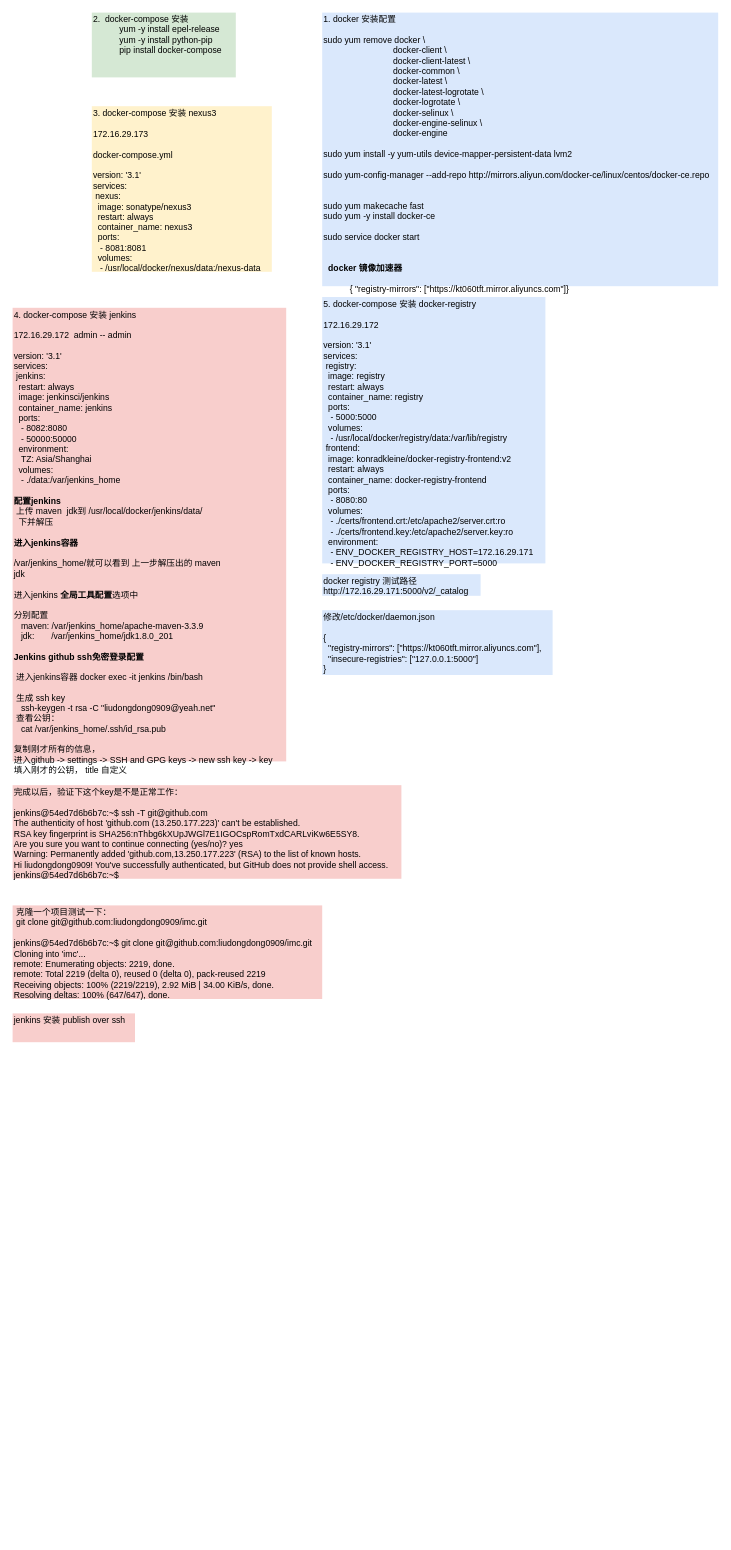
Earlier version of the draw.io diagram page "2" (2 of 3) of CI/CI/CDdrawio.drawio (liudongdong0909/draw). Source tidied: cells renumbered, new cells numbered last; positions are measured from the earlier drawing's top-left corner, leaving out a move shared by most shapes. Both pictures are drawn from the tidied source at 72%, with x=0, y=0 at pixel (12, 12).
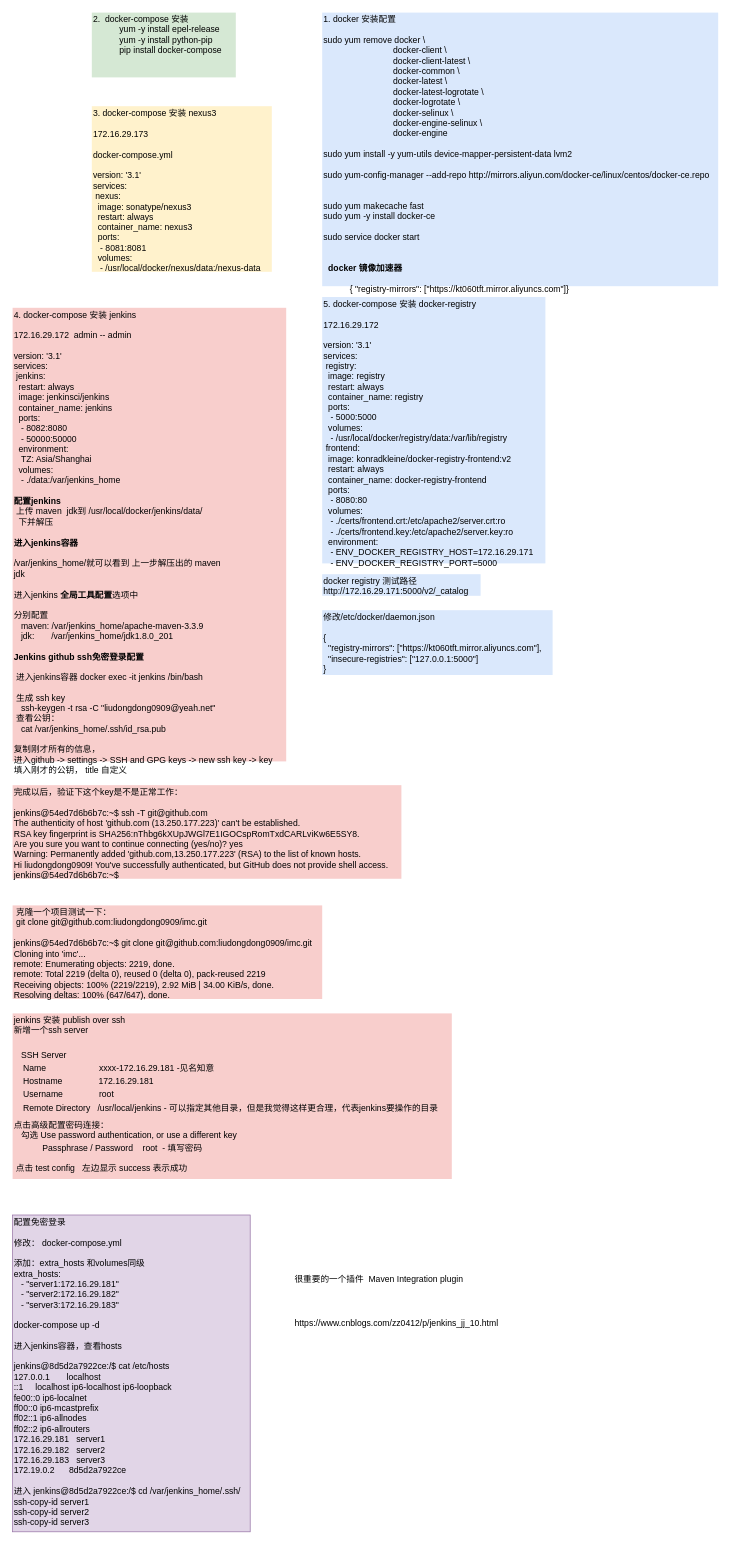
After the change.

Diff of the diagram source:
```diff
@@
 <mxGraphModel>
   <root>
     <mxCell id="0" />
     <mxCell id="1" parent="0" />
     <mxCell id="2" value="1. docker 安装配置&lt;br&gt;&lt;br&gt;&lt;span&gt;sudo yum remove docker \ &lt;br&gt;&amp;nbsp; &amp;nbsp; &amp;nbsp; &amp;nbsp; &amp;nbsp; &amp;nbsp; &amp;nbsp; &amp;nbsp; &amp;nbsp; &amp;nbsp; &amp;nbsp; &amp;nbsp; &amp;nbsp; &amp;nbsp; &amp;nbsp;docker-client \ &lt;br&gt;&amp;nbsp; &amp;nbsp; &amp;nbsp; &amp;nbsp; &amp;nbsp; &amp;nbsp; &amp;nbsp; &amp;nbsp; &amp;nbsp; &amp;nbsp; &amp;nbsp; &amp;nbsp; &amp;nbsp; &amp;nbsp; &amp;nbsp;docker-client-latest \ &lt;br&gt;&amp;nbsp; &amp;nbsp; &amp;nbsp; &amp;nbsp; &amp;nbsp; &amp;nbsp; &amp;nbsp; &amp;nbsp; &amp;nbsp; &amp;nbsp; &amp;nbsp; &amp;nbsp; &amp;nbsp; &amp;nbsp; &amp;nbsp;docker-common \ &lt;br&gt;&amp;nbsp; &amp;nbsp; &amp;nbsp; &amp;nbsp; &amp;nbsp; &amp;nbsp; &amp;nbsp; &amp;nbsp; &amp;nbsp; &amp;nbsp; &amp;nbsp; &amp;nbsp; &amp;nbsp; &amp;nbsp; &amp;nbsp;docker-latest \ &lt;br&gt;&amp;nbsp; &amp;nbsp; &amp;nbsp; &amp;nbsp; &amp;nbsp; &amp;nbsp; &amp;nbsp; &amp;nbsp; &amp;nbsp; &amp;nbsp; &amp;nbsp; &amp;nbsp; &amp;nbsp; &amp;nbsp; &amp;nbsp;docker-latest-logrotate \ &lt;br&gt;&amp;nbsp; &amp;nbsp; &amp;nbsp; &amp;nbsp; &amp;nbsp; &amp;nbsp; &amp;nbsp; &amp;nbsp; &amp;nbsp; &amp;nbsp; &amp;nbsp; &amp;nbsp; &amp;nbsp; &amp;nbsp; &amp;nbsp;docker-logrotate \ &lt;br&gt;&amp;nbsp; &amp;nbsp; &amp;nbsp; &amp;nbsp; &amp;nbsp; &amp;nbsp; &amp;nbsp; &amp;nbsp; &amp;nbsp; &amp;nbsp; &amp;nbsp; &amp;nbsp; &amp;nbsp; &amp;nbsp; &amp;nbsp;docker-selinux \ &lt;br&gt;&amp;nbsp; &amp;nbsp; &amp;nbsp; &amp;nbsp; &amp;nbsp; &amp;nbsp; &amp;nbsp; &amp;nbsp; &amp;nbsp; &amp;nbsp; &amp;nbsp; &amp;nbsp; &amp;nbsp; &amp;nbsp; &amp;nbsp;docker-engine-selinux \ &lt;br&gt;&amp;nbsp; &amp;nbsp; &amp;nbsp; &amp;nbsp; &amp;nbsp; &amp;nbsp; &amp;nbsp; &amp;nbsp; &amp;nbsp; &amp;nbsp; &amp;nbsp; &amp;nbsp; &amp;nbsp; &amp;nbsp; &amp;nbsp;docker-engine&lt;br&gt;&lt;br&gt;&lt;/span&gt;&lt;span&gt;sudo yum install -y yum-utils device-mapper-persistent-data lvm2&lt;br&gt;&lt;/span&gt;&lt;br&gt;&lt;div&gt;sudo yum-config-manager --add-repo http://mirrors.aliyun.com/docker-ce/linux/centos/docker-ce.repo&lt;/div&gt;&lt;div&gt;&lt;br&gt;&lt;/div&gt;&lt;div&gt;&lt;br&gt;&lt;/div&gt;&lt;div&gt;&lt;span&gt;sudo yum makecache fast&amp;nbsp;&lt;/span&gt;&lt;/div&gt;&lt;div&gt;&lt;span&gt;sudo yum -y install docker-ce&lt;/span&gt;&lt;br&gt;&lt;/div&gt;&lt;br&gt;&lt;span&gt;sudo service docker start&lt;/span&gt;&lt;br&gt;&lt;br&gt;&amp;nbsp; &amp;nbsp; &amp;nbsp; &amp;nbsp; &amp;nbsp; &lt;br&gt;&amp;nbsp; &lt;b&gt;docker 镜像加速器&lt;/b&gt;&lt;br&gt;&lt;br&gt;&amp;nbsp; &amp;nbsp; &amp;nbsp; &amp;nbsp; &amp;nbsp; &amp;nbsp;{ &quot;registry-mirrors&quot;: [&quot;https://kt060tft.mirror.aliyuncs.com&quot;]}&lt;br&gt;" style="text;html=1;align=left;verticalAlign=top;spacingTop=-4;fillColor=#dae8fc;strokeColor=none;" parent="1" vertex="1">
       <mxGeometry x="430" width="550" height="380" as="geometry" />
     </mxCell>
     <mxCell id="3" value="2.&amp;nbsp; docker-compose 安装&lt;br&gt;&amp;nbsp; &amp;nbsp; &amp;nbsp; &amp;nbsp; &amp;nbsp; &amp;nbsp;&lt;span&gt;yum -y install epel-release&lt;br&gt;&lt;/span&gt;&amp;nbsp; &amp;nbsp; &amp;nbsp; &amp;nbsp; &amp;nbsp; &amp;nbsp;&lt;span&gt;yum -y install python-pip&lt;br&gt;&lt;/span&gt;&amp;nbsp; &amp;nbsp; &amp;nbsp; &amp;nbsp; &amp;nbsp; &amp;nbsp;&lt;span&gt;pip install docker-compose&amp;nbsp;&lt;/span&gt;&lt;br&gt;&lt;br&gt;&lt;br&gt;" style="text;html=1;align=left;verticalAlign=top;spacingTop=-4;fillColor=#d5e8d4;strokeColor=none;" parent="1" vertex="1">
       <mxGeometry x="110" width="200" height="90" as="geometry" />
     </mxCell>
     <mxCell id="4" value="3. docker-compose 安装 nexus3&lt;br&gt;&lt;br&gt;172.16.29.173&lt;br&gt;&lt;br&gt;docker-compose.yml&lt;br&gt;&lt;br&gt;&lt;div&gt;version: '3.1'&lt;/div&gt;&lt;div&gt;services:&lt;/div&gt;&lt;div&gt;&amp;nbsp;nexus:&lt;/div&gt;&lt;div&gt;&amp;nbsp; image: sonatype/nexus3&lt;/div&gt;&lt;div&gt;&amp;nbsp; restart: always&lt;/div&gt;&lt;div&gt;&amp;nbsp; container_name: nexus3&lt;/div&gt;&lt;div&gt;&amp;nbsp; ports:&lt;/div&gt;&lt;div&gt;&amp;nbsp; &amp;nbsp;- 8081:8081&lt;/div&gt;&lt;div&gt;&amp;nbsp; volumes:&lt;/div&gt;&lt;div&gt;&amp;nbsp; &amp;nbsp;- /usr/local/docker/nexus/data:/nexus-data&lt;/div&gt;" style="text;html=1;align=left;verticalAlign=top;spacingTop=-4;fillColor=#fff2cc;strokeColor=none;" parent="1" vertex="1">
       <mxGeometry x="110" y="130" width="250" height="230" as="geometry" />
     </mxCell>
     <mxCell id="5" value="4. docker-compose 安装 jenkins&lt;br&gt;&lt;br&gt;172.16.29.172&amp;nbsp; admin -- admin&lt;br&gt;&lt;br&gt;&lt;div&gt;version: '3.1'&lt;/div&gt;&lt;div&gt;services:&lt;/div&gt;&lt;div&gt;&amp;nbsp;jenkins:&lt;/div&gt;&lt;div&gt;&amp;nbsp; restart: always&lt;/div&gt;&lt;div&gt;&amp;nbsp; image: jenkinsci/jenkins&lt;/div&gt;&lt;div&gt;&amp;nbsp; container_name: jenkins&lt;/div&gt;&lt;div&gt;&amp;nbsp; ports:&lt;/div&gt;&lt;div&gt;&amp;nbsp; &amp;nbsp;- 8082:8080&lt;/div&gt;&lt;div&gt;&amp;nbsp; &amp;nbsp;- 50000:50000&lt;/div&gt;&lt;div&gt;&amp;nbsp; environment:&lt;/div&gt;&lt;div&gt;&amp;nbsp; &amp;nbsp;TZ: Asia/Shanghai&lt;/div&gt;&lt;div&gt;&amp;nbsp; volumes:&lt;/div&gt;&lt;div&gt;&amp;nbsp; &amp;nbsp;- ./data:/var/jenkins_home&lt;/div&gt;&lt;div&gt;&lt;br&gt;&lt;/div&gt;&lt;div&gt;&lt;b&gt;配置jenkins&lt;/b&gt;&lt;/div&gt;&lt;div&gt;&amp;nbsp;上传 maven&amp;nbsp; jdk到 /usr/local/docker/jenkins/data/&lt;/div&gt;&lt;div&gt;&amp;nbsp; 下并解压&lt;/div&gt;&lt;div&gt;&lt;br&gt;&lt;/div&gt;&lt;div&gt;&lt;b&gt;进入jenkins容器&lt;/b&gt;&lt;/div&gt;&lt;div&gt;&lt;br&gt;&lt;/div&gt;&lt;div&gt;/var/jenkins_home/就可以看到 上一步解压出的 maven&lt;/div&gt;&lt;div&gt;jdk&amp;nbsp;&lt;/div&gt;&lt;div&gt;&lt;br&gt;&lt;/div&gt;&lt;div&gt;进入jenkins &lt;b&gt;全局工具配置&lt;/b&gt;选项中&lt;/div&gt;&lt;div&gt;&lt;br&gt;&lt;/div&gt;&lt;div&gt;分别配置&amp;nbsp;&lt;/div&gt;&lt;div&gt;&amp;nbsp; &amp;nbsp;maven:&amp;nbsp;/var/jenkins_home/apache-maven-3.3.9&lt;/div&gt;&lt;div&gt;&amp;nbsp; &amp;nbsp;jdk:&amp;nbsp; &amp;nbsp; &amp;nbsp; &amp;nbsp;/var/jenkins_home/jdk1.8.0_201&lt;/div&gt;&lt;div&gt;&lt;br&gt;&lt;/div&gt;&lt;div&gt;&lt;b&gt;Jenkins github ssh免密登录配置&lt;/b&gt;&lt;/div&gt;&lt;div&gt;&lt;b&gt;&lt;br&gt;&lt;/b&gt;&lt;/div&gt;&lt;div&gt;&lt;b&gt;&amp;nbsp;&lt;/b&gt;进入jenkins容器&lt;b&gt;&amp;nbsp;&lt;/b&gt;&lt;span&gt;docker exec -it jenkins /bin/bash&lt;/span&gt;&lt;/div&gt;&lt;div&gt;&lt;span&gt;&lt;br&gt;&lt;/span&gt;&lt;/div&gt;&lt;div&gt;&amp;nbsp;生成 ssh key&lt;/div&gt;&lt;div&gt;&amp;nbsp; &amp;nbsp;&lt;span&gt;ssh-keygen -t rsa -C &quot;liudongdong0909@yeah.net&quot;&lt;/span&gt;&lt;/div&gt;&lt;div&gt;&lt;span&gt;&amp;nbsp;查看公钥：&lt;/span&gt;&lt;/div&gt;&lt;div&gt;&lt;span&gt;&amp;nbsp; &amp;nbsp;&lt;/span&gt;&lt;span&gt;cat /var/jenkins_home/.ssh/id_rsa.pub&lt;/span&gt;&lt;/div&gt;&lt;div&gt;&lt;span&gt;&lt;br&gt;&lt;/span&gt;&lt;/div&gt;&lt;div&gt;复制刚才所有的信息，&amp;nbsp;&lt;/div&gt;&lt;div&gt;进入github -&amp;gt; settings -&amp;gt; SSH and GPG keys -&amp;gt; new ssh key -&amp;gt; key&amp;nbsp;&lt;/div&gt;&lt;div&gt;填入刚才的公钥， title 自定义&lt;span&gt;&amp;nbsp;&lt;/span&gt;&lt;/div&gt;" style="text;html=1;align=left;verticalAlign=top;spacingTop=-4;fillColor=#f8cecc;strokeColor=none;" parent="1" vertex="1">
       <mxGeometry y="410" width="380" height="630" as="geometry" />
     </mxCell>
     <mxCell id="6" value="5. docker-compose 安装 docker-registry&lt;br&gt;&lt;br&gt;172.16.29.172&lt;br&gt;&lt;br&gt;&lt;div&gt;version: '3.1'&lt;/div&gt;&lt;div&gt;services:&lt;/div&gt;&lt;div&gt;&amp;nbsp;registry:&lt;/div&gt;&lt;div&gt;&amp;nbsp; image: registry&lt;/div&gt;&lt;div&gt;&amp;nbsp; restart: always&lt;/div&gt;&lt;div&gt;&amp;nbsp; container_name: registry&lt;/div&gt;&lt;div&gt;&amp;nbsp; ports:&lt;/div&gt;&lt;div&gt;&amp;nbsp; &amp;nbsp;- 5000:5000&lt;/div&gt;&lt;div&gt;&amp;nbsp; volumes:&lt;/div&gt;&lt;div&gt;&amp;nbsp; &amp;nbsp;- /usr/local/docker/registry/data:/var/lib/registry&lt;/div&gt;&lt;div&gt;&amp;nbsp;frontend:&lt;/div&gt;&lt;div&gt;&amp;nbsp; image: konradkleine/docker-registry-frontend:v2&lt;/div&gt;&lt;div&gt;&amp;nbsp; restart: always&lt;/div&gt;&lt;div&gt;&amp;nbsp; container_name: docker-registry-frontend&lt;/div&gt;&lt;div&gt;&amp;nbsp; ports:&lt;/div&gt;&lt;div&gt;&amp;nbsp; &amp;nbsp;- 8080:80&lt;/div&gt;&lt;div&gt;&amp;nbsp; volumes:&lt;/div&gt;&lt;div&gt;&amp;nbsp; &amp;nbsp;- ./certs/frontend.crt:/etc/apache2/server.crt:ro&lt;/div&gt;&lt;div&gt;&amp;nbsp; &amp;nbsp;- ./certs/frontend.key:/etc/apache2/server.key:ro&lt;/div&gt;&lt;div&gt;&amp;nbsp; environment:&lt;/div&gt;&lt;div&gt;&amp;nbsp; &amp;nbsp;- ENV_DOCKER_REGISTRY_HOST=172.16.29.171&lt;/div&gt;&lt;div&gt;&amp;nbsp; &amp;nbsp;- ENV_DOCKER_REGISTRY_PORT=5000&lt;/div&gt;" style="text;html=1;align=left;verticalAlign=top;spacingTop=-4;fillColor=#dae8fc;strokeColor=none;" parent="1" vertex="1">
       <mxGeometry x="430" y="395" width="310" height="370" as="geometry" />
     </mxCell>
     <mxCell id="7" value="docker registry 测试路径&lt;br&gt;http://172.16.29.171:5000/v2/_catalog&lt;br&gt;" style="text;html=1;align=left;verticalAlign=top;spacingTop=-4;fillColor=#dae8fc;strokeColor=none;" parent="1" vertex="1">
       <mxGeometry x="430" y="780" width="220" height="30" as="geometry" />
     </mxCell>
     <mxCell id="8" value="修改/etc/docker/daemon.json&lt;br&gt;&lt;br&gt;&lt;div&gt;{&lt;/div&gt;&lt;div&gt;&amp;nbsp; &quot;registry-mirrors&quot;: [&quot;https://kt060tft.mirror.aliyuncs.com&quot;],&lt;/div&gt;&lt;div&gt;&amp;nbsp; &quot;insecure-registries&quot;: [&quot;127.0.0.1:5000&quot;]&lt;/div&gt;&lt;div&gt;}&lt;/div&gt;" style="text;html=1;align=left;verticalAlign=top;spacingTop=-4;fillColor=#dae8fc;strokeColor=none;" parent="1" vertex="1">
       <mxGeometry x="430" y="830" width="320" height="90" as="geometry" />
     </mxCell>
     <mxCell id="9" value="&lt;div&gt;&amp;nbsp;克隆一个项目测试一下：&lt;/div&gt;&amp;nbsp;git clone git@github.com:liudongdong0909/imc.git&lt;br&gt;&lt;br&gt;&lt;div&gt;&lt;div&gt;jenkins@54ed7d6b6b7c:~$ git clone git@github.com:liudongdong0909/imc.git&lt;/div&gt;&lt;div&gt;Cloning into 'imc'...&lt;/div&gt;&lt;div&gt;remote: Enumerating objects: 2219, done.&lt;/div&gt;&lt;div&gt;remote: Total 2219 (delta 0), reused 0 (delta 0), pack-reused 2219&lt;/div&gt;&lt;div&gt;Receiving objects: 100% (2219/2219), 2.92 MiB | 34.00 KiB/s, done.&lt;/div&gt;&lt;div&gt;Resolving deltas: 100% (647/647), done.&lt;/div&gt;&lt;/div&gt;" style="text;html=1;align=left;verticalAlign=top;spacingTop=-4;fillColor=#f8cecc;strokeColor=none;" parent="1" vertex="1">
       <mxGeometry y="1240" width="430" height="130" as="geometry" />
     </mxCell>
     <mxCell id="10" value="&lt;div&gt;完成以后，验证下这个key是不是正常工作：&lt;br&gt;&lt;/div&gt;&lt;div&gt;&lt;br&gt;&lt;/div&gt;&lt;div&gt;&lt;div&gt;jenkins@54ed7d6b6b7c:~$ ssh -T git@github.com&lt;/div&gt;&lt;div&gt;The authenticity of host 'github.com (13.250.177.223)' can't be established.&lt;/div&gt;&lt;div&gt;RSA key fingerprint is SHA256:nThbg6kXUpJWGl7E1IGOCspRomTxdCARLviKw6E5SY8.&lt;/div&gt;&lt;div&gt;Are you sure you want to continue connecting (yes/no)? yes&lt;/div&gt;&lt;div&gt;Warning: Permanently added 'github.com,13.250.177.223' (RSA) to the list of known hosts.&lt;/div&gt;&lt;div&gt;Hi liudongdong0909! You've successfully authenticated, but GitHub does not provide shell access.&lt;/div&gt;&lt;div&gt;jenkins@54ed7d6b6b7c:~$&amp;nbsp;&lt;/div&gt;&lt;/div&gt;" style="text;html=1;align=left;verticalAlign=top;spacingTop=-4;fillColor=#f8cecc;strokeColor=none;" parent="1" vertex="1">
       <mxGeometry y="1073" width="540" height="130" as="geometry" />
     </mxCell>
-    <mxCell id="11" value="jenkins 安装 publish over ssh&lt;br&gt;&lt;br&gt;&lt;br&gt;" style="text;html=1;align=left;verticalAlign=top;spacingTop=-4;fillColor=#f8cecc;strokeColor=none;" parent="1" vertex="1">
-      <mxGeometry y="1390" width="170" height="40" as="geometry" />
+    <mxCell id="11" value="jenkins 安装 publish over ssh&lt;br&gt;新增一个ssh server&lt;br&gt;&lt;br&gt;&lt;table&gt;&lt;tbody&gt;&lt;tr&gt;&lt;td&gt;&lt;div id=&quot;yui-gen31&quot;&gt;&lt;table&gt;&lt;tbody&gt;&lt;tr&gt;&lt;td&gt;&lt;br&gt;&lt;/td&gt;&lt;td&gt;&lt;div&gt;&lt;div id=&quot;yui-gen31&quot;&gt;&lt;div id=&quot;yui-gen32&quot;&gt;SSH Server&lt;/div&gt;&lt;table&gt;&lt;tbody&gt;&lt;tr&gt;&lt;td&gt;Name&amp;nbsp; &amp;nbsp; &amp;nbsp; &amp;nbsp; &amp;nbsp; &amp;nbsp; &amp;nbsp; &amp;nbsp; &amp;nbsp; &amp;nbsp; &amp;nbsp; xxxx-172.16.29.181 -见名知意&lt;/td&gt;&lt;/tr&gt;&lt;tr&gt;&lt;td&gt;Hostname&amp;nbsp; &amp;nbsp; &amp;nbsp; &amp;nbsp; &amp;nbsp; &amp;nbsp; &amp;nbsp; &amp;nbsp;172.16.29.181&lt;/td&gt;&lt;/tr&gt;&lt;tr&gt;&lt;td&gt;Username&amp;nbsp; &amp;nbsp; &amp;nbsp; &amp;nbsp; &amp;nbsp; &amp;nbsp; &amp;nbsp; &amp;nbsp;root&lt;/td&gt;&lt;/tr&gt;&lt;tr&gt;&lt;td&gt;Remote Directory&amp;nbsp; &amp;nbsp;/usr/local/jenkins - 可以指定其他目录，但是我觉得这样更合理，代表jenkins要操作的目录&lt;/td&gt;&lt;/tr&gt;&lt;/tbody&gt;&lt;/table&gt;&lt;/div&gt;&lt;/div&gt;&lt;/td&gt;&lt;/tr&gt;&lt;/tbody&gt;&lt;/table&gt;&lt;/div&gt;&lt;/td&gt;&lt;/tr&gt;&lt;/tbody&gt;&lt;/table&gt;点击高级配置密码连接：&lt;br&gt;&amp;nbsp; &amp;nbsp;勾选&amp;nbsp;&lt;span&gt;Use password authentication, or use a different key&lt;/span&gt;&lt;br&gt;&lt;table&gt;&lt;tbody&gt;&lt;tr&gt;&lt;td&gt;&amp;nbsp; &amp;nbsp; &amp;nbsp; &amp;nbsp; &amp;nbsp; &amp;nbsp;Passphrase / Password&amp;nbsp; &amp;nbsp; root&amp;nbsp; - 填写密码&lt;br&gt;&lt;br&gt;点击 test config&amp;nbsp; &amp;nbsp;左边显示 success 表示成功&lt;/td&gt;&lt;/tr&gt;&lt;/tbody&gt;&lt;/table&gt;&lt;br&gt;" style="text;html=1;align=left;verticalAlign=top;spacingTop=-4;fillColor=#f8cecc;strokeColor=none;" parent="1" vertex="1">
+      <mxGeometry y="1390" width="610" height="230" as="geometry" />
     </mxCell>
+    <mxCell id="12" value="配置免密登录&lt;br&gt;&lt;br&gt;修改： docker-compose.yml&lt;br&gt;&lt;br&gt;&lt;div&gt;添加：extra_hosts 和volumes同级&lt;/div&gt;&lt;div&gt;extra_hosts:&lt;/div&gt;&lt;div&gt;&amp;nbsp; &amp;nbsp;- &quot;server1:172.16.29.181&quot;&lt;/div&gt;&lt;div&gt;&amp;nbsp; &amp;nbsp;- &quot;server2:172.16.29.182&quot;&lt;/div&gt;&lt;div&gt;&amp;nbsp; &amp;nbsp;- &quot;server3:172.16.29.183&quot;&lt;/div&gt;&lt;br&gt;docker-compose up -d&lt;br&gt;&lt;br&gt;进入jenkins容器，查看hosts&lt;br&gt;&lt;br&gt;&lt;div&gt;jenkins@8d5d2a7922ce:/$ cat /etc/hosts&lt;/div&gt;&lt;div&gt;127.0.0.1&amp;nbsp; &amp;nbsp; &amp;nbsp; &amp;nbsp;localhost&lt;/div&gt;&lt;div&gt;::1&amp;nbsp; &amp;nbsp; &amp;nbsp;localhost ip6-localhost ip6-loopback&lt;/div&gt;&lt;div&gt;fe00::0 ip6-localnet&lt;/div&gt;&lt;div&gt;ff00::0 ip6-mcastprefix&lt;/div&gt;&lt;div&gt;ff02::1 ip6-allnodes&lt;/div&gt;&lt;div&gt;ff02::2 ip6-allrouters&lt;/div&gt;&lt;div&gt;172.16.29.181&amp;nbsp; &amp;nbsp;server1&lt;/div&gt;&lt;div&gt;172.16.29.182&amp;nbsp; &amp;nbsp;server2&lt;/div&gt;&lt;div&gt;172.16.29.183&amp;nbsp; &amp;nbsp;server3&lt;/div&gt;&lt;div&gt;172.19.0.2&amp;nbsp; &amp;nbsp; &amp;nbsp; 8d5d2a7922ce&lt;/div&gt;&lt;br&gt;进入&amp;nbsp;jenkins@8d5d2a7922ce:/$ cd /var/jenkins_home/.ssh/&lt;br&gt;&lt;span&gt;ssh-copy-id server1&lt;br&gt;&lt;/span&gt;&lt;span&gt;ssh-copy-id server2&lt;br&gt;&lt;/span&gt;&lt;span&gt;ssh-copy-id server3&lt;/span&gt;&lt;br&gt;&lt;br&gt;" style="text;html=1;align=left;verticalAlign=top;spacingTop=-4;fillColor=#e1d5e7;strokeColor=#9673a6;" parent="1" vertex="1">
+      <mxGeometry y="1670" width="330" height="440" as="geometry" />
+    </mxCell>
+    <mxCell id="13" value="https://www.cnblogs.com/zz0412/p/jenkins_jj_10.html" style="text;html=1;align=left;verticalAlign=top;spacingTop=-4;" parent="1" vertex="1">
+      <mxGeometry x="390" y="1810" width="300" height="20" as="geometry" />
+    </mxCell>
+    <mxCell id="14" value="很重要的一个插件&amp;nbsp;&amp;nbsp;&lt;span&gt;Maven Integration plugin&lt;/span&gt;&lt;br&gt;" style="text;html=1;align=left;verticalAlign=top;spacingTop=-4;" parent="1" vertex="1">
+      <mxGeometry x="390" y="1750" width="250" height="20" as="geometry" />
+    </mxCell>
   </root>
 </mxGraphModel>
```
